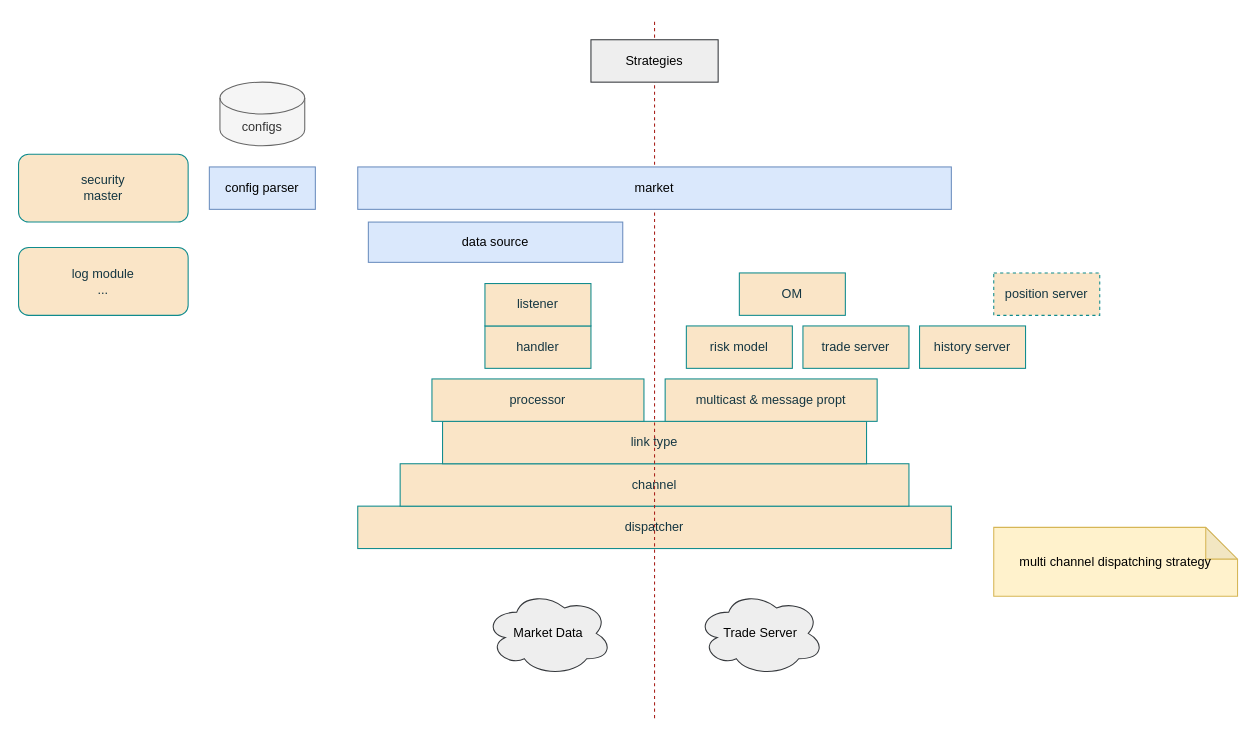
The draw.io diagram page "Reference Infra" (2 of 4) of hft/hft_framework.drawio in mistyeye11/drawio, before the edit. Source tidied: cells renumbered, new cells numbered last; positions are measured from the earlier drawing's top-left corner, leaving out a move shared by most shapes. Both pictures are drawn from the tidied source at 106%, with x=0, y=0 at pixel (18, 18).
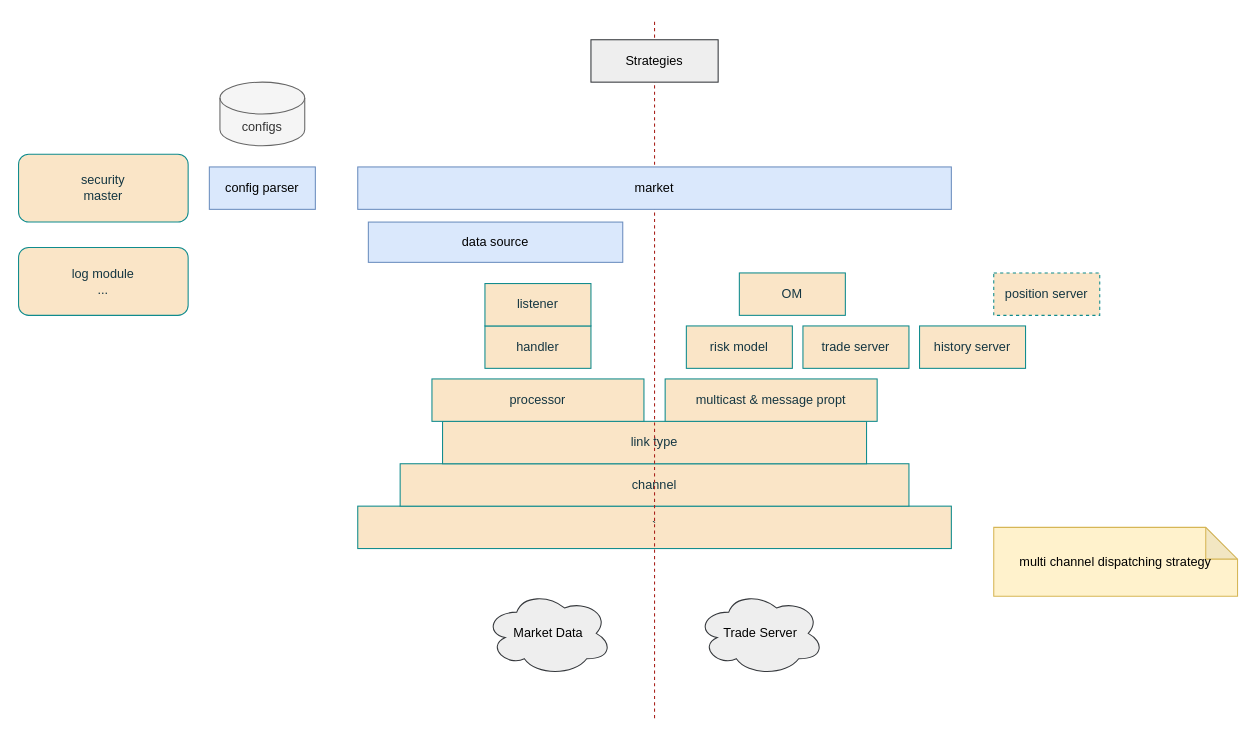
The same page after the edit.

What changed in the source:
```diff
@@
-    <mxCell id="2" value="dispatcher" style="rounded=0;whiteSpace=wrap;html=1;fillColor=#FAE5C7;strokeColor=#0F8B8D;fontColor=#143642;labelBackgroundColor=none;" parent="1" vertex="1">
+    <mxCell id="2" value="`" style="rounded=0;whiteSpace=wrap;html=1;fillColor=#FAE5C7;strokeColor=#0F8B8D;fontColor=#143642;labelBackgroundColor=none;" parent="1" vertex="1">
       <mxGeometry x="320" y="460" width="560" height="40" as="geometry" />
     </mxCell>
```
